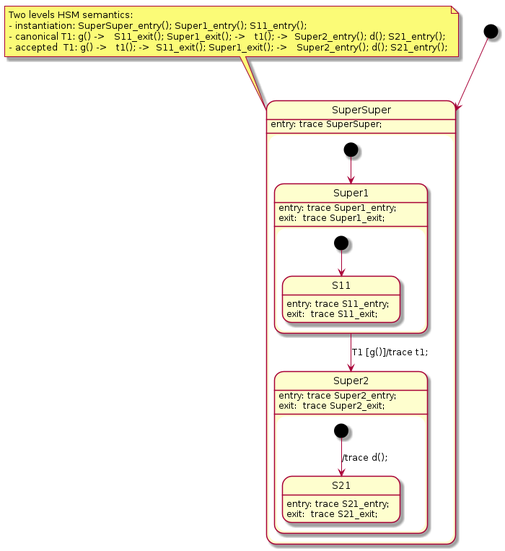
The PlantUML diagram plantuml/hsm/hsm2.png in melintea/upml, before a commit. Its source is kept beside it as plantuml/hsm/hsm2.plantuml.
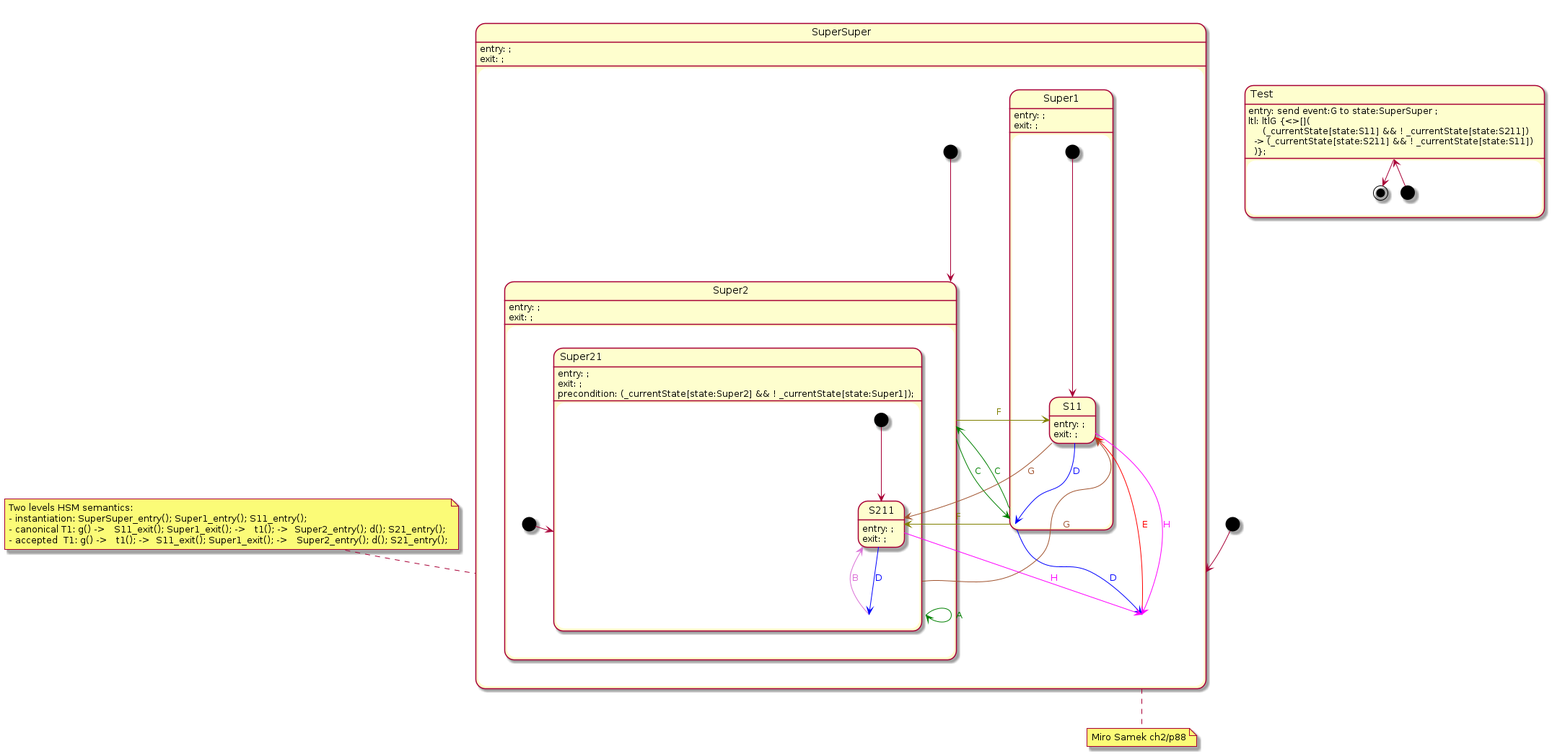
Later version of the same file.

Commit message:
WIP: spin HSM

The edit, as a diff of the source:
```diff
@@ -6,34 +6,75 @@
   - canonical T1: g() ->   S11_exit(); Super1_exit(); ->   t1(); ->  Super2_entry(); d(); S21_entry();
   - accepted  T1: g() ->   t1(); ->  S11_exit(); Super1_exit(); ->   Super2_entry(); d(); S21_entry();
 end note
+note bottom of SuperSuper
+ Miro Samek ch2/p88
+end note
 
+[*] --> SuperSuper
 state SuperSuper {
+  SuperSuper: entry: ;
+  SuperSuper: exit: ;
+
+  [*] --> Super2
+  state Super2 {
+      Super2: entry: ;
+      Super2: exit: ;
+
+      [*] --> Super21
+      state Super21 {
+          Super21: entry: ;
+          Super21: exit: ;
+	  Super21: precondition: (_currentState[state:Super2] && ! _currentState[state:Super1]);
+
+          [*] --> S211
+          S211: entry: ;
+          S211: exit: ;
+      }
+  }
 
   state Super1 {
       [*] --> S11
-      Super1: entry: trace Super1_entry;
-      Super1: exit:  trace Super1_exit;
+      Super1: entry: ;
+      Super1: exit: ;
 
-      S11: entry: trace S11_entry;
-      S11: exit:  trace S11_exit;
+      S11: entry: ;
+      S11: exit: ;
   }
-
-  state Super2 {
-      [*] --> S21: /trace d();
-      Super2: entry: trace Super2_entry;
-      Super2: exit:  trace Super2_exit;
-
-      S21: entry: trace S21_entry;
-      S21: exit:  trace S21_exit;
-  }
-
-  [*] --> Super1
-  SuperSuper: entry: trace SuperSuper;
-
-  Super1 --> Super2 : T1 /trace t1;
-
 }
 
-[*] --> SuperSuper
+
+Super21 -[#green]-> Super21 : <color:green>A </color>
+
+Super21 -[#orchid]-> S211 : <color:orchid>B </color>
+
+Super2 -[#green]-> Super1 : <color:green>C </color>
+Super1 -[#green]-> Super2 : <color:green>C </color>
+
+S211 -[#blue]-> Super21 : <color:blue>D </color>
+S11 -[#blue]-> Super1 : <color:blue>D </color>
+Super1 -[#blue]-> SuperSuper : <color:blue>D </color>
+
+SuperSuper -[#red]-> S11 : <color:red>E </color>
+
+Super2 -[#olive]-> S11 : <color:olive>F </color>
+Super1 -[#olive]-> S211 : <color:olive>F </color>
+
+Super21 -[#sienna]-> S11 : <color:sienna>G </color>
+S11 -[#sienna]-> S211 : <color:sienna>G </color>
+
+S211 -[#magenta]-> SuperSuper : <color:magenta>H </color>
+S11 -[#magenta]-> SuperSuper : <color:magenta>H </color>
+
+--
+
+state Test {
+[*] --> Test
+Test --> [*]
+Test: entry: send event:G to state:SuperSuper ;
+Test: ltl: ltlG {<>[]( \n\
+     (_currentState[state:S11] && ! _currentState[state:S211]) \n\
+  -> (_currentState[state:S211] && ! _currentState[state:S11]) \n\
+  )};
+}
 
 @enduml
```
